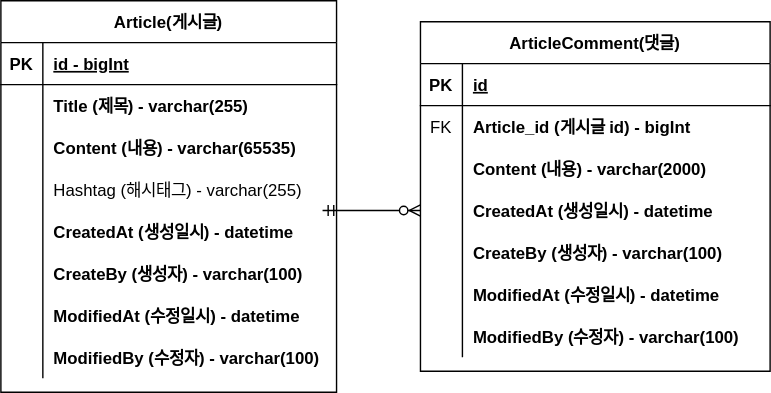
Earlier version of the draw.io export document/project-board-erd.svg (Surandoran/fastcampus-project-board). Source tidied: cells renumbered, new cells last; positions are measured from the earlier drawing's top-left corner, leaving out a move shared by most shapes.
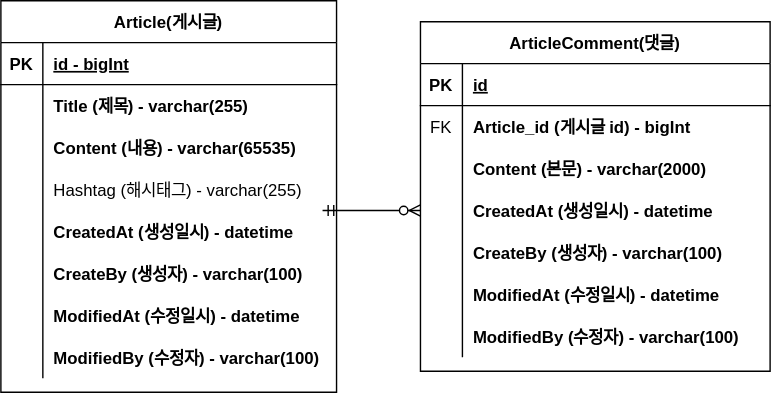
Later version of the same file.

Commit message:
#10 - ERD 주석 업데이트 : project-board-erd.svg

Change to the diagram source:
```diff
@@ -104,7 +104,7 @@
     <mxCell id="35" style="shape=partialRectangle;fillColor=none;top=0;left=0;bottom=0;right=0;overflow=hidden;" parent="34" vertex="1">
       <mxGeometry width="30" height="30" as="geometry" />
     </mxCell>
-    <mxCell id="36" value="Content (내용) - varchar(2000)" style="shape=partialRectangle;fillColor=none;top=0;left=0;bottom=0;right=0;align=left;spacingLeft=6;overflow=hidden;fontStyle=1;" parent="34" vertex="1">
+    <mxCell id="36" value="Content (본문) - varchar(2000)" style="shape=partialRectangle;fillColor=none;top=0;left=0;bottom=0;right=0;align=left;spacingLeft=6;overflow=hidden;fontStyle=1;" parent="34" vertex="1">
       <mxGeometry x="30" width="220" height="30" as="geometry" />
     </mxCell>
     <mxCell id="37" style="shape=tableRow;horizontal=0;startSize=0;swimlaneHead=0;swimlaneBody=0;fillColor=none;points=[[0,0.5],[1,0.5]];portConstraint=eastwest;top=0;left=0;right=0;bottom=0;" parent="27" vertex="1">
```
